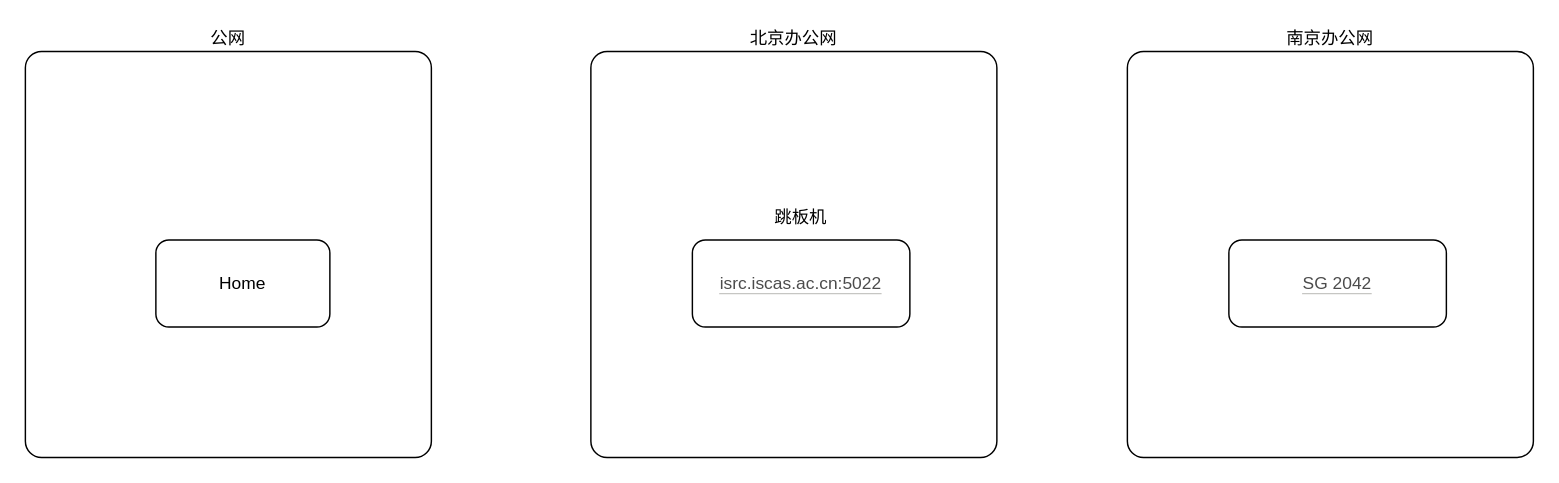
Earlier version of the draw.io diagram SG2042.drawio (hubblezzhu/riscv-native-os). Source tidied: cells renumbered, new cells numbered last; positions are measured from the earlier drawing's top-left corner, leaving out a move shared by most shapes. Both pictures are drawn from the tidied source at 145%, with x=0, y=0 at pixel (25, 51).
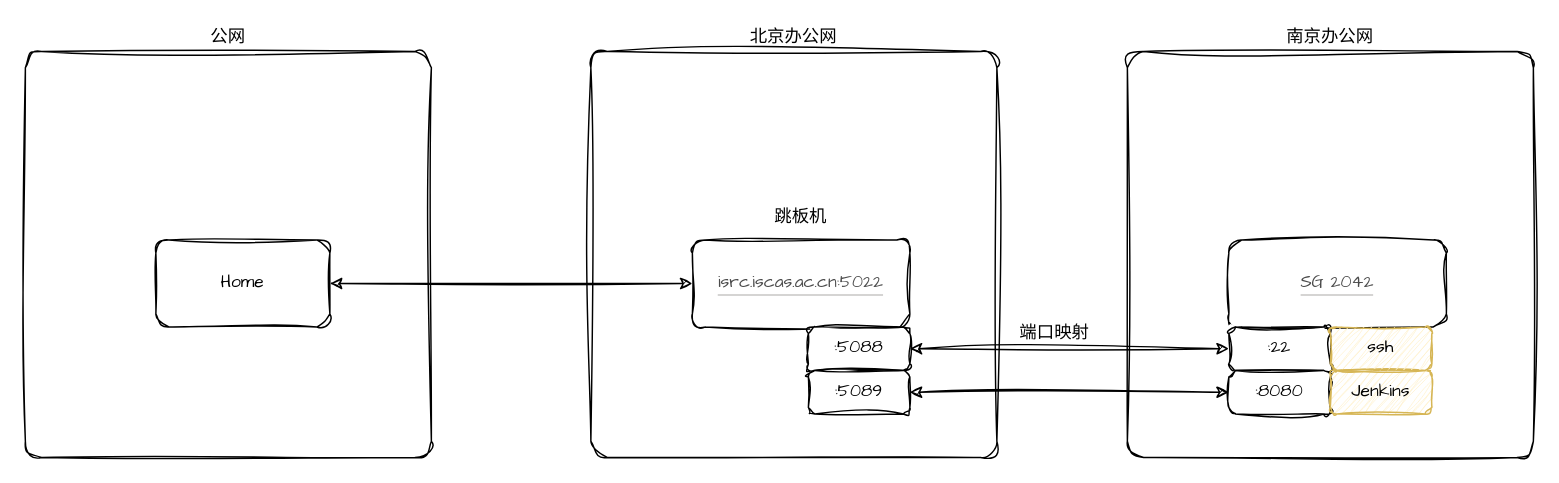
The same diagram, later.

Diff of the diagram source:
```diff
@@
 <mxGraphModel>
   <root>
     <mxCell id="0" />
     <mxCell id="1" parent="0" />
-    <mxCell id="2" value="&lt;div style=&quot;&quot;&gt;&lt;span style=&quot;background-color: initial;&quot;&gt;北京办公网&lt;/span&gt;&lt;/div&gt;" style="rounded=1;whiteSpace=wrap;html=1;align=center;labelPosition=center;verticalLabelPosition=top;verticalAlign=bottom;arcSize=4;" parent="1" vertex="1">
+    <mxCell id="2" value="&lt;div style=&quot;&quot;&gt;&lt;span style=&quot;background-color: initial;&quot;&gt;北京办公网&lt;/span&gt;&lt;/div&gt;" style="rounded=1;whiteSpace=wrap;html=1;align=center;labelPosition=center;verticalLabelPosition=top;verticalAlign=bottom;arcSize=4;sketch=1;curveFitting=1;jiggle=2;fontColor=#000000;fontFamily=Comic Sans MS;" parent="1" vertex="1">
       <mxGeometry x="390" width="280" height="280" as="geometry" />
     </mxCell>
-    <mxCell id="3" value="&lt;div style=&quot;&quot;&gt;&lt;span style=&quot;background-color: initial;&quot;&gt;公网&lt;/span&gt;&lt;/div&gt;" style="rounded=1;whiteSpace=wrap;html=1;align=center;labelPosition=center;verticalLabelPosition=top;verticalAlign=bottom;arcSize=4;" parent="1" vertex="1">
+    <mxCell id="3" value="&lt;div style=&quot;&quot;&gt;&lt;span style=&quot;background-color: initial;&quot;&gt;公网&lt;/span&gt;&lt;/div&gt;" style="rounded=1;whiteSpace=wrap;html=1;align=center;labelPosition=center;verticalLabelPosition=top;verticalAlign=bottom;arcSize=4;sketch=1;curveFitting=1;jiggle=2;fontColor=#000000;fontFamily=Comic Sans MS;" parent="1" vertex="1">
       <mxGeometry width="280" height="280" as="geometry" />
     </mxCell>
-    <mxCell id="4" value="Home" style="rounded=1;whiteSpace=wrap;html=1;" parent="1" vertex="1">
+    <mxCell id="4" value="Home" style="rounded=1;whiteSpace=wrap;html=1;sketch=1;curveFitting=1;jiggle=2;fontColor=#000000;fontFamily=Comic Sans MS;" parent="1" vertex="1">
       <mxGeometry x="90" y="130" width="120" height="60" as="geometry" />
     </mxCell>
-    <mxCell id="5" value="&lt;span style=&quot;border-bottom:0.05em solid;border-color:rgba(55,53,47,.4);opacity:0.7&quot; class=&quot;link-annotation-unknown-block-id--957038794&quot;&gt;isrc.iscas.ac.cn:5022&lt;/span&gt;" style="rounded=1;whiteSpace=wrap;html=1;" parent="1" vertex="1">
+    <mxCell id="5" value="&lt;span style=&quot;border-bottom:0.05em solid;border-color:rgba(55,53,47,.4);opacity:0.7&quot; class=&quot;link-annotation-unknown-block-id--957038794&quot;&gt;isrc.iscas.ac.cn:5022&lt;/span&gt;" style="rounded=1;whiteSpace=wrap;html=1;sketch=1;curveFitting=1;jiggle=2;fontColor=#000000;fontFamily=Comic Sans MS;" parent="1" vertex="1">
       <mxGeometry x="460" y="130" width="150" height="60" as="geometry" />
     </mxCell>
-    <mxCell id="6" value="南京办公网" style="rounded=1;whiteSpace=wrap;html=1;align=center;labelPosition=center;verticalLabelPosition=top;verticalAlign=bottom;arcSize=4;" parent="1" vertex="1">
+    <mxCell id="6" value="南京办公网" style="rounded=1;whiteSpace=wrap;html=1;align=center;labelPosition=center;verticalLabelPosition=top;verticalAlign=bottom;arcSize=4;sketch=1;curveFitting=1;jiggle=2;fontColor=#000000;fontFamily=Comic Sans MS;" parent="1" vertex="1">
       <mxGeometry x="760" width="280" height="280" as="geometry" />
     </mxCell>
-    <mxCell id="7" value="&lt;span style=&quot;border-bottom:0.05em solid;border-color:rgba(55,53,47,.4);opacity:0.7&quot; class=&quot;link-annotation-unknown-block-id--957038794&quot;&gt;SG 2042&lt;/span&gt;" style="rounded=1;whiteSpace=wrap;html=1;" parent="1" vertex="1">
+    <mxCell id="7" value="&lt;span style=&quot;border-bottom:0.05em solid;border-color:rgba(55,53,47,.4);opacity:0.7&quot; class=&quot;link-annotation-unknown-block-id--957038794&quot;&gt;SG 2042&lt;/span&gt;" style="rounded=1;whiteSpace=wrap;html=1;sketch=1;curveFitting=1;jiggle=2;fontColor=#000000;fontFamily=Comic Sans MS;" parent="1" vertex="1">
       <mxGeometry x="830" y="130" width="150" height="60" as="geometry" />
     </mxCell>
-    <mxCell id="8" value="跳板机" style="text;html=1;align=center;verticalAlign=middle;whiteSpace=wrap;rounded=0;" parent="1" vertex="1">
+    <mxCell id="8" value="跳板机" style="text;html=1;align=center;verticalAlign=middle;whiteSpace=wrap;rounded=0;sketch=1;curveFitting=1;jiggle=2;fontColor=#000000;fontFamily=Comic Sans MS;" parent="1" vertex="1">
       <mxGeometry x="505" y="100" width="60" height="30" as="geometry" />
     </mxCell>
+    <mxCell id="9" value=":5088" style="rounded=1;whiteSpace=wrap;html=1;sketch=1;curveFitting=1;jiggle=2;fontColor=#000000;fontFamily=Comic Sans MS;" parent="1" vertex="1">
+      <mxGeometry x="540" y="190" width="70" height="30" as="geometry" />
+    </mxCell>
+    <mxCell id="10" value=":5089" style="rounded=1;whiteSpace=wrap;html=1;sketch=1;curveFitting=1;jiggle=2;fontColor=#000000;fontFamily=Comic Sans MS;" parent="1" vertex="1">
+      <mxGeometry x="540" y="220" width="70" height="30" as="geometry" />
+    </mxCell>
+    <mxCell id="11" value=":22" style="rounded=1;whiteSpace=wrap;html=1;sketch=1;curveFitting=1;jiggle=2;fontColor=#000000;fontFamily=Comic Sans MS;" parent="1" vertex="1">
+      <mxGeometry x="830" y="190" width="70" height="30" as="geometry" />
+    </mxCell>
+    <mxCell id="12" value=":8080" style="rounded=1;whiteSpace=wrap;html=1;sketch=1;curveFitting=1;jiggle=2;fontColor=#000000;fontFamily=Comic Sans MS;" parent="1" vertex="1">
+      <mxGeometry x="830" y="220" width="70" height="30" as="geometry" />
+    </mxCell>
+    <mxCell id="13" style="endArrow=classic;startArrow=classic;html=1;rounded=0;entryX=0;entryY=0.5;entryDx=0;entryDy=0;sketch=1;curveFitting=1;jiggle=2;fontColor=#000000;fontFamily=Comic Sans MS;" parent="1" edge="1" source="9" target="11">
+      <mxGeometry relative="1" as="geometry" />
+    </mxCell>
+    <mxCell id="14" style="endArrow=classic;startArrow=classic;html=1;rounded=0;entryX=0;entryY=0.5;entryDx=0;entryDy=0;exitX=1;exitY=0.5;exitDx=0;exitDy=0;sketch=1;curveFitting=1;jiggle=2;fontColor=#000000;fontFamily=Comic Sans MS;" parent="1" edge="1" source="10" target="12">
+      <mxGeometry relative="1" as="geometry" />
+    </mxCell>
+    <mxCell id="15" value="Jenkins" style="rounded=1;whiteSpace=wrap;html=1;fillColor=#fff2cc;strokeColor=#d6b656;sketch=1;curveFitting=1;jiggle=2;fontColor=#000000;fontFamily=Comic Sans MS;" parent="1" vertex="1">
+      <mxGeometry x="900" y="220" width="70" height="30" as="geometry" />
+    </mxCell>
+    <mxCell id="16" value="ssh" style="rounded=1;whiteSpace=wrap;html=1;fillColor=#fff2cc;strokeColor=#d6b656;sketch=1;curveFitting=1;jiggle=2;fontColor=#000000;fontFamily=Comic Sans MS;" parent="1" vertex="1">
+      <mxGeometry x="900" y="190" width="70" height="30" as="geometry" />
+    </mxCell>
+    <mxCell id="17" style="endArrow=classic;startArrow=classic;html=1;rounded=0;sketch=1;curveFitting=1;jiggle=2;fontColor=#000000;fontFamily=Comic Sans MS;" parent="1" edge="1" source="4" target="5">
+      <mxGeometry relative="1" as="geometry" />
+    </mxCell>
+    <mxCell id="18" value="端口映射" style="text;html=1;align=center;verticalAlign=middle;whiteSpace=wrap;rounded=0;sketch=1;curveFitting=1;jiggle=2;fontColor=#000000;fontFamily=Comic Sans MS;" parent="1" vertex="1">
+      <mxGeometry x="680" y="180" width="60" height="30" as="geometry" />
+    </mxCell>
   </root>
 </mxGraphModel>
```
